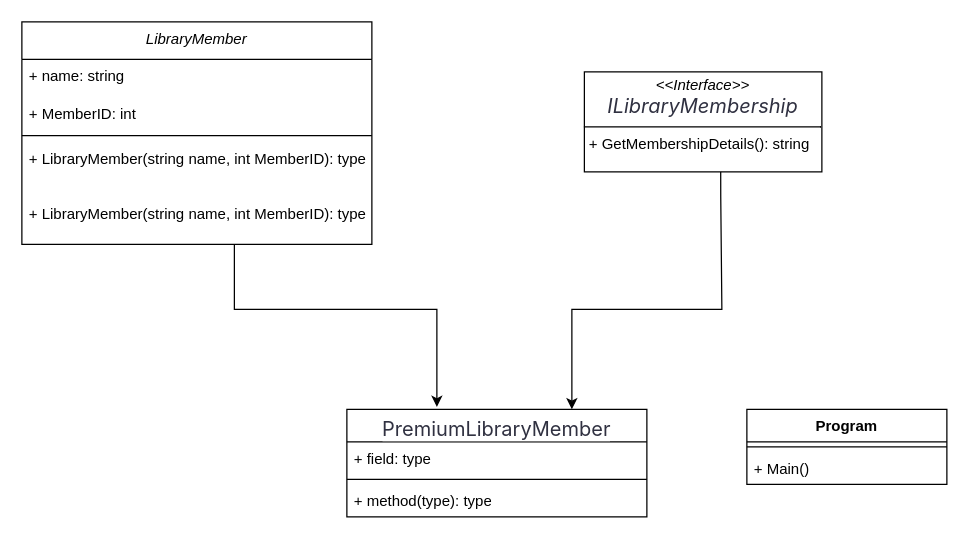
The draw.io diagram LIbrary.drawio in dotNETDev-Zayniddin/AdvOOP-1, before the edit. Source tidied: cells renumbered, new cells numbered last; positions are measured from the earlier drawing's top-left corner, leaving out a move shared by most shapes. Both pictures are drawn from the tidied source at 125%, with x=0, y=0 at pixel (21, 21).
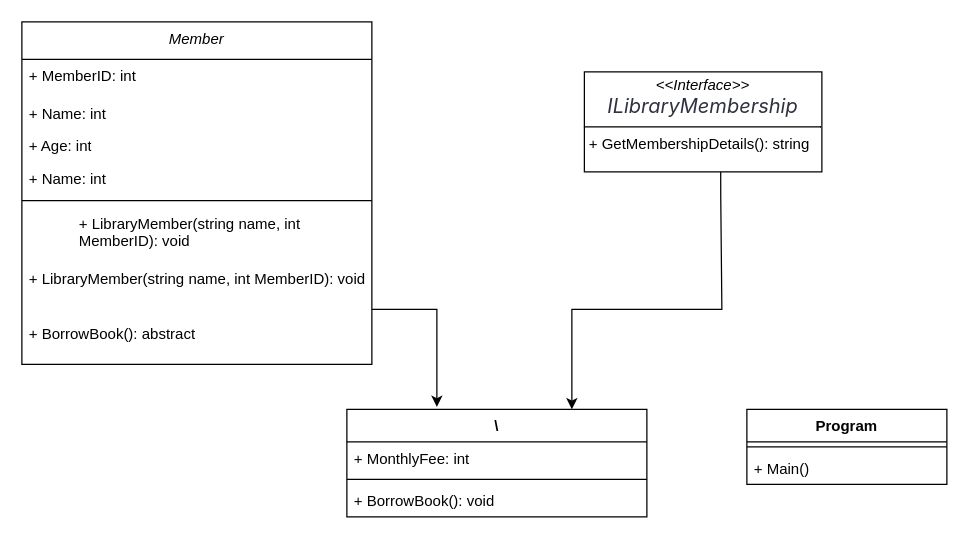
After the change.

What changed in the source:
```diff
@@
-    <mxCell id="2" value="&lt;span style=&quot;color: rgb(48, 49, 65); font-family: &amp;quot;Udemy Sans&amp;quot;, &amp;quot;SF Pro Text&amp;quot;, -apple-system, BlinkMacSystemFont, Roboto, &amp;quot;Segoe UI&amp;quot;, Helvetica, Arial, sans-serif, &amp;quot;Apple Color Emoji&amp;quot;, &amp;quot;Segoe UI Emoji&amp;quot;, &amp;quot;Segoe UI Symbol&amp;quot;; font-size: 16px; font-weight: 400; text-align: start; background-color: rgb(255, 255, 255);&quot;&gt;PremiumLibraryMember&lt;/span&gt;" style="swimlane;fontStyle=1;align=center;verticalAlign=top;horizontal=1;startSize=26;whiteSpace=wrap;html=1;" parent="1" vertex="1">
+    <mxCell id="2" value="\" style="swimlane;fontStyle=1;align=center;verticalAlign=top;horizontal=1;startSize=26;whiteSpace=wrap;html=1;" parent="1" vertex="1">
       <mxGeometry x="260" y="310" width="240" height="86" as="geometry" />
     </mxCell>
-    <mxCell id="3" value="+ field: type" style="text;strokeColor=none;fillColor=none;align=left;verticalAlign=top;spacingLeft=4;spacingRight=4;overflow=hidden;whiteSpace=wrap;html=1;" parent="2" vertex="1">
+    <mxCell id="3" value="+ MonthlyFee: int&amp;nbsp;&amp;nbsp;" style="text;strokeColor=none;fillColor=none;align=left;verticalAlign=top;spacingLeft=4;spacingRight=4;overflow=hidden;whiteSpace=wrap;html=1;" parent="2" vertex="1">
       <mxGeometry y="26" width="240" height="26" as="geometry" />
     </mxCell>
@@
-    <mxCell id="5" value="+ method(type): type" style="text;strokeColor=none;fillColor=none;align=left;verticalAlign=top;spacingLeft=4;spacingRight=4;overflow=hidden;whiteSpace=wrap;html=1;" parent="2" vertex="1">
+    <mxCell id="5" value="+ BorrowBook(): void" style="text;strokeColor=none;fillColor=none;align=left;verticalAlign=top;spacingLeft=4;spacingRight=4;overflow=hidden;whiteSpace=wrap;html=1;" parent="2" vertex="1">
       <mxGeometry y="60" width="240" height="26" as="geometry" />
     </mxCell>
@@
-    <mxCell id="7" value="&lt;i style=&quot;font-weight: 400;&quot;&gt;LibraryMember&lt;/i&gt;" style="swimlane;fontStyle=1;align=center;verticalAlign=top;horizontal=1;startSize=30;whiteSpace=wrap;html=1;" parent="1" vertex="1">
-      <mxGeometry width="280" height="178" as="geometry" />
+    <mxCell id="7" value="&lt;i style=&quot;font-weight: 400;&quot;&gt;Member&lt;/i&gt;" style="swimlane;fontStyle=1;align=center;verticalAlign=top;horizontal=1;startSize=30;whiteSpace=wrap;html=1;" parent="1" vertex="1">
+      <mxGeometry width="280" height="274" as="geometry" />
     </mxCell>
-    <mxCell id="8" value="+ name: string&lt;span style=&quot;white-space: pre;&quot;&gt;&#9;&lt;/span&gt;" style="text;strokeColor=none;fillColor=none;align=left;verticalAlign=top;spacingLeft=4;spacingRight=4;overflow=hidden;whiteSpace=wrap;html=1;" parent="7" vertex="1">
+    <mxCell id="8" value="+ MemberID: int&lt;span style=&quot;white-space: pre;&quot;&gt;&#9;&lt;/span&gt;" style="text;strokeColor=none;fillColor=none;align=left;verticalAlign=top;spacingLeft=4;spacingRight=4;overflow=hidden;whiteSpace=wrap;html=1;" parent="7" vertex="1">
       <mxGeometry y="30" width="280" height="30" as="geometry" />
     </mxCell>
+    <mxCell id="18" value="+ Name: int" style="text;strokeColor=none;fillColor=none;align=left;verticalAlign=top;spacingLeft=4;spacingRight=4;overflow=hidden;whiteSpace=wrap;html=1;" parent="7" vertex="1">
+      <mxGeometry y="60" width="280" height="26" as="geometry" />
+    </mxCell>
+    <mxCell id="19" value="+ Age: int" style="text;strokeColor=none;fillColor=none;align=left;verticalAlign=top;spacingLeft=4;spacingRight=4;overflow=hidden;whiteSpace=wrap;html=1;" parent="7" vertex="1">
+      <mxGeometry y="86" width="280" height="26" as="geometry" />
+    </mxCell>
-    <mxCell id="9" value="+ MemberID: int" style="text;strokeColor=none;fillColor=none;align=left;verticalAlign=top;spacingLeft=4;spacingRight=4;overflow=hidden;whiteSpace=wrap;html=1;" parent="7" vertex="1">
-      <mxGeometry y="60" width="280" height="26" as="geometry" />
+    <mxCell id="9" value="+ Name: int" style="text;strokeColor=none;fillColor=none;align=left;verticalAlign=top;spacingLeft=4;spacingRight=4;overflow=hidden;whiteSpace=wrap;html=1;" parent="7" vertex="1">
+      <mxGeometry y="112" width="280" height="26" as="geometry" />
     </mxCell>
     <mxCell id="10" style="line;strokeWidth=1;fillColor=none;align=left;verticalAlign=middle;spacingTop=-1;spacingLeft=3;spacingRight=3;labelPosition=right;strokeColor=inherit;" parent="7" vertex="1">
-      <mxGeometry y="86" width="280" height="10" as="geometry" />
+      <mxGeometry y="138" width="280" height="10" as="geometry" />
     </mxCell>
-    <mxCell id="11" value="+ LibraryMember(string name, int MemberID): type" style="text;strokeColor=none;fillColor=none;align=left;verticalAlign=top;spacingLeft=4;spacingRight=4;overflow=hidden;whiteSpace=wrap;html=1;" parent="7" vertex="1">
-      <mxGeometry y="96" width="280" height="44" as="geometry" />
+    <mxCell id="11" value="&lt;blockquote style=&quot;margin: 0 0 0 40px; border: none; padding: 0px;&quot;&gt;+ LibraryMember(string name, int MemberID): void&lt;/blockquote&gt;" style="text;strokeColor=none;fillColor=none;align=left;verticalAlign=top;spacingLeft=4;spacingRight=4;overflow=hidden;whiteSpace=wrap;html=1;" parent="7" vertex="1">
+      <mxGeometry y="148" width="280" height="44" as="geometry" />
     </mxCell>
+    <mxCell id="20" value="+ LibraryMember(string name, int MemberID): void" style="text;strokeColor=none;fillColor=none;align=left;verticalAlign=top;spacingLeft=4;spacingRight=4;overflow=hidden;whiteSpace=wrap;html=1;" parent="7" vertex="1">
+      <mxGeometry y="192" width="280" height="44" as="geometry" />
+    </mxCell>
-    <mxCell id="12" value="+ LibraryMember(string name, int MemberID): type" style="text;strokeColor=none;fillColor=none;align=left;verticalAlign=top;spacingLeft=4;spacingRight=4;overflow=hidden;whiteSpace=wrap;html=1;" parent="7" vertex="1">
-      <mxGeometry y="140" width="280" height="38" as="geometry" />
+    <mxCell id="12" value="+ BorrowBook(): abstract" style="text;strokeColor=none;fillColor=none;align=left;verticalAlign=top;spacingLeft=4;spacingRight=4;overflow=hidden;whiteSpace=wrap;html=1;" parent="7" vertex="1">
+      <mxGeometry y="236" width="280" height="38" as="geometry" />
     </mxCell>
```
